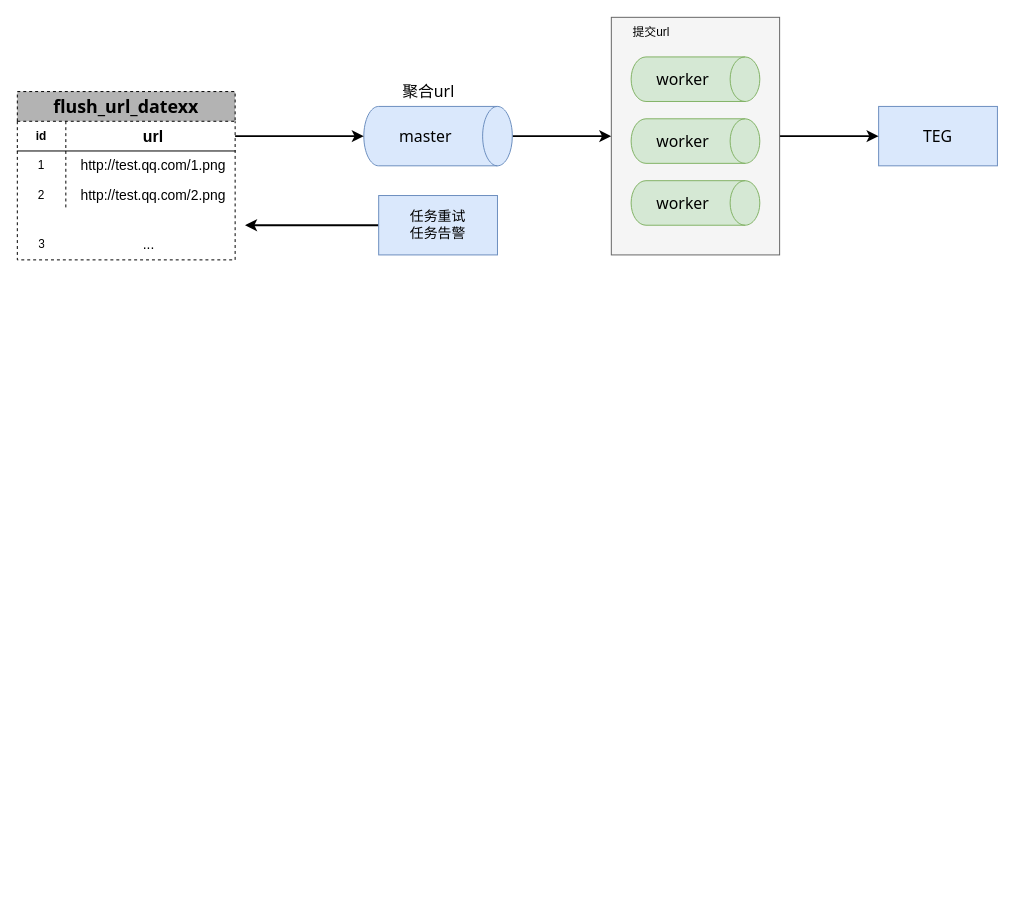
wwCrazy/resume keeps this draw.io diagram as page "Page-8" (8 of 9) of tcb.drawio. Above is the earlier version. Source tidied: cells renumbered, new cells numbered last; positions are measured from the earlier drawing's top-left corner, leaving out a move shared by most shapes. Both pictures are drawn from the tidied source at 99%, with x=0, y=0 at pixel (17, 17). Pictures stored in the file or linked from it are replaced by grey dashed boxes.
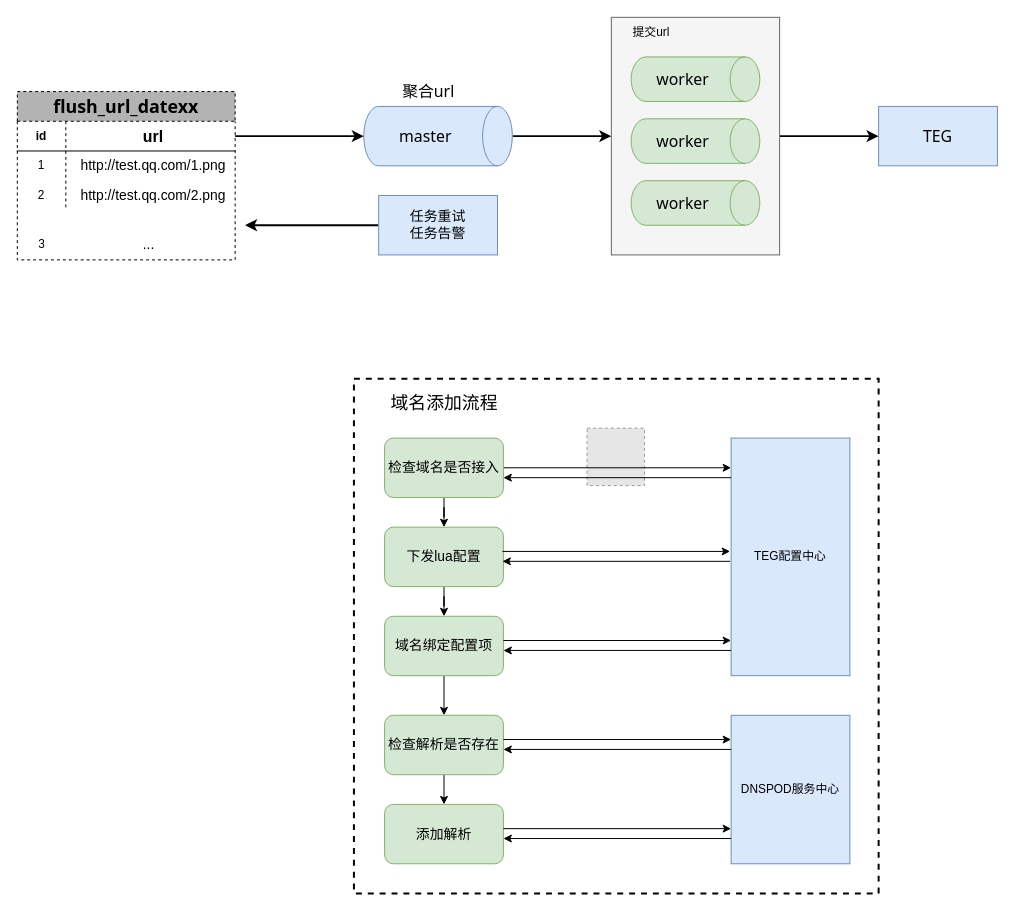
After the change.

Diff of the diagram source:
```diff
@@
+    <mxCell id="27" style="rounded=0;whiteSpace=wrap;html=1;dashed=1;strokeWidth=2;" parent="1" vertex="1">
+      <mxGeometry x="340" y="365" width="530" height="520" as="geometry" />
+    </mxCell>
+    <mxCell id="28" style="fillColor=#E6E6E6;strokeColor=#999999;dashed=1;html=1;verticalAlign=top;verticalLabelPosition=bottom;labelBackgroundColor=#ffffff;" parent="1" vertex="1">
+      <mxGeometry x="575.5" y="415" width="58" height="58" as="geometry" />
+    </mxCell>
+    <mxCell id="29" style="edgeStyle=orthogonalEdgeStyle;rounded=0;jettySize=auto;html=1;exitX=0.5;exitY=1;exitDx=0;exitDy=0;entryX=0.5;entryY=0;entryDx=0;entryDy=0;" parent="1" edge="1" source="30" target="38">
+      <mxGeometry relative="1" as="geometry" />
+    </mxCell>
+    <mxCell id="30" value="检查解析是否存在" style="rounded=1;whiteSpace=wrap;html=1;fillColor=#d5e8d4;strokeColor=#82b366;fontSize=14;" parent="1" vertex="1">
+      <mxGeometry x="371" y="705" width="120" height="60" as="geometry" />
+    </mxCell>
+    <mxCell id="31" style="edgeStyle=orthogonalEdgeStyle;rounded=0;jettySize=auto;html=1;exitX=0.5;exitY=1;exitDx=0;exitDy=0;" parent="1" edge="1" source="32" target="30">
+      <mxGeometry relative="1" as="geometry" />
+    </mxCell>
+    <mxCell id="32" value="域名绑定配置项" style="rounded=1;whiteSpace=wrap;html=1;fillColor=#d5e8d4;strokeColor=#82b366;fontSize=14;" parent="1" vertex="1">
+      <mxGeometry x="371" y="605" width="120" height="60" as="geometry" />
+    </mxCell>
+    <mxCell id="33" style="edgeStyle=orthogonalEdgeStyle;rounded=0;jettySize=auto;html=1;exitX=0.5;exitY=1;exitDx=0;exitDy=0;" parent="1" edge="1" source="34" target="32">
+      <mxGeometry relative="1" as="geometry" />
+    </mxCell>
+    <mxCell id="34" value="下发lua配置" style="rounded=1;whiteSpace=wrap;html=1;fillColor=#d5e8d4;strokeColor=#82b366;fontSize=14;" parent="1" vertex="1">
+      <mxGeometry x="371" y="515" width="120" height="60" as="geometry" />
+    </mxCell>
+    <mxCell id="35" style="edgeStyle=orthogonalEdgeStyle;rounded=0;jettySize=auto;html=1;entryX=0;entryY=0.125;entryDx=0;entryDy=0;entryPerimeter=0;" parent="1" edge="1" source="37" target="39">
+      <mxGeometry relative="1" as="geometry" />
+    </mxCell>
+    <mxCell id="36" style="edgeStyle=orthogonalEdgeStyle;rounded=0;jettySize=auto;html=1;exitX=0.5;exitY=1;exitDx=0;exitDy=0;" parent="1" edge="1" source="37" target="34">
+      <mxGeometry relative="1" as="geometry" />
+    </mxCell>
+    <mxCell id="37" value="检查域名是否接入" style="rounded=1;whiteSpace=wrap;html=1;fillColor=#d5e8d4;strokeColor=#82b366;fontSize=14;" parent="1" vertex="1">
+      <mxGeometry x="371" y="425" width="120" height="60" as="geometry" />
+    </mxCell>
+    <mxCell id="38" value="添加解析" style="rounded=1;whiteSpace=wrap;html=1;fillColor=#d5e8d4;strokeColor=#82b366;fontSize=14;" parent="1" vertex="1">
+      <mxGeometry x="371" y="795" width="120" height="60" as="geometry" />
+    </mxCell>
+    <mxCell id="39" value="TEG配置中心" style="rounded=0;whiteSpace=wrap;html=1;fillColor=#dae8fc;strokeColor=#6c8ebf;" parent="1" vertex="1">
+      <mxGeometry x="721" y="425" width="120" height="240" as="geometry" />
+    </mxCell>
+    <mxCell id="40" style="edgeStyle=orthogonalEdgeStyle;rounded=0;orthogonalLoop=1;jettySize=auto;html=1;entryX=0;entryY=0.125;entryDx=0;entryDy=0;entryPerimeter=0;" parent="1" edge="1">
+      <mxGeometry relative="1" as="geometry">
+        <mxPoint x="721" y="465" as="sourcePoint" />
+        <mxPoint x="491" y="465" as="targetPoint" />
+      </mxGeometry>
+    </mxCell>
+    <mxCell id="41" style="edgeStyle=orthogonalEdgeStyle;rounded=0;orthogonalLoop=1;jettySize=auto;html=1;entryX=0;entryY=0.125;entryDx=0;entryDy=0;entryPerimeter=0;" parent="1" edge="1">
+      <mxGeometry relative="1" as="geometry">
+        <mxPoint x="490" y="539.5" as="sourcePoint" />
+        <mxPoint x="720" y="539.5" as="targetPoint" />
+      </mxGeometry>
+    </mxCell>
+    <mxCell id="42" style="edgeStyle=orthogonalEdgeStyle;rounded=0;orthogonalLoop=1;jettySize=auto;html=1;entryX=0;entryY=0.125;entryDx=0;entryDy=0;entryPerimeter=0;" parent="1" edge="1">
+      <mxGeometry relative="1" as="geometry">
+        <mxPoint x="720" y="549.5" as="sourcePoint" />
+        <mxPoint x="490" y="549.5" as="targetPoint" />
+      </mxGeometry>
+    </mxCell>
+    <mxCell id="43" style="edgeStyle=orthogonalEdgeStyle;rounded=0;orthogonalLoop=1;jettySize=auto;html=1;entryX=0;entryY=0.125;entryDx=0;entryDy=0;entryPerimeter=0;" parent="1" edge="1">
+      <mxGeometry relative="1" as="geometry">
+        <mxPoint x="491" y="629.5" as="sourcePoint" />
+        <mxPoint x="721" y="629.5" as="targetPoint" />
+      </mxGeometry>
+    </mxCell>
+    <mxCell id="44" style="edgeStyle=orthogonalEdgeStyle;rounded=0;orthogonalLoop=1;jettySize=auto;html=1;entryX=0;entryY=0.125;entryDx=0;entryDy=0;entryPerimeter=0;" parent="1" edge="1">
+      <mxGeometry relative="1" as="geometry">
+        <mxPoint x="721" y="639.5" as="sourcePoint" />
+        <mxPoint x="491" y="639.5" as="targetPoint" />
+      </mxGeometry>
+    </mxCell>
+    <mxCell id="45" value="DNSPOD服务中心" style="rounded=0;whiteSpace=wrap;html=1;fillColor=#dae8fc;strokeColor=#6c8ebf;" parent="1" vertex="1">
+      <mxGeometry x="721" y="705" width="120" height="150" as="geometry" />
+    </mxCell>
+    <mxCell id="46" style="edgeStyle=orthogonalEdgeStyle;rounded=0;orthogonalLoop=1;jettySize=auto;html=1;entryX=0;entryY=0.125;entryDx=0;entryDy=0;entryPerimeter=0;" parent="1" edge="1">
+      <mxGeometry relative="1" as="geometry">
+        <mxPoint x="491" y="729.5" as="sourcePoint" />
+        <mxPoint x="721" y="729.5" as="targetPoint" />
+      </mxGeometry>
+    </mxCell>
+    <mxCell id="47" style="edgeStyle=orthogonalEdgeStyle;rounded=0;orthogonalLoop=1;jettySize=auto;html=1;entryX=0;entryY=0.125;entryDx=0;entryDy=0;entryPerimeter=0;" parent="1" edge="1">
+      <mxGeometry relative="1" as="geometry">
+        <mxPoint x="721" y="739.5" as="sourcePoint" />
+        <mxPoint x="491" y="739.5" as="targetPoint" />
+      </mxGeometry>
+    </mxCell>
+    <mxCell id="48" style="edgeStyle=orthogonalEdgeStyle;rounded=0;orthogonalLoop=1;jettySize=auto;html=1;entryX=0;entryY=0.125;entryDx=0;entryDy=0;entryPerimeter=0;" parent="1" edge="1">
+      <mxGeometry relative="1" as="geometry">
+        <mxPoint x="491" y="819.5" as="sourcePoint" />
+        <mxPoint x="721" y="819.5" as="targetPoint" />
+      </mxGeometry>
+    </mxCell>
+    <mxCell id="49" style="edgeStyle=orthogonalEdgeStyle;rounded=0;orthogonalLoop=1;jettySize=auto;html=1;entryX=0;entryY=0.125;entryDx=0;entryDy=0;entryPerimeter=0;" parent="1" edge="1">
+      <mxGeometry relative="1" as="geometry">
+        <mxPoint x="721" y="829.5" as="sourcePoint" />
+        <mxPoint x="491" y="829.5" as="targetPoint" />
+      </mxGeometry>
+    </mxCell>
+    <mxCell id="50" value="域名添加流程" style="text;html=1;align=center;verticalAlign=middle;fillColor=none;strokeColor=none;rounded=0;dashed=1;fontSize=18;" parent="1" vertex="1">
+      <mxGeometry x="371" y="375" width="120" height="30" as="geometry" />
+    </mxCell>
```
